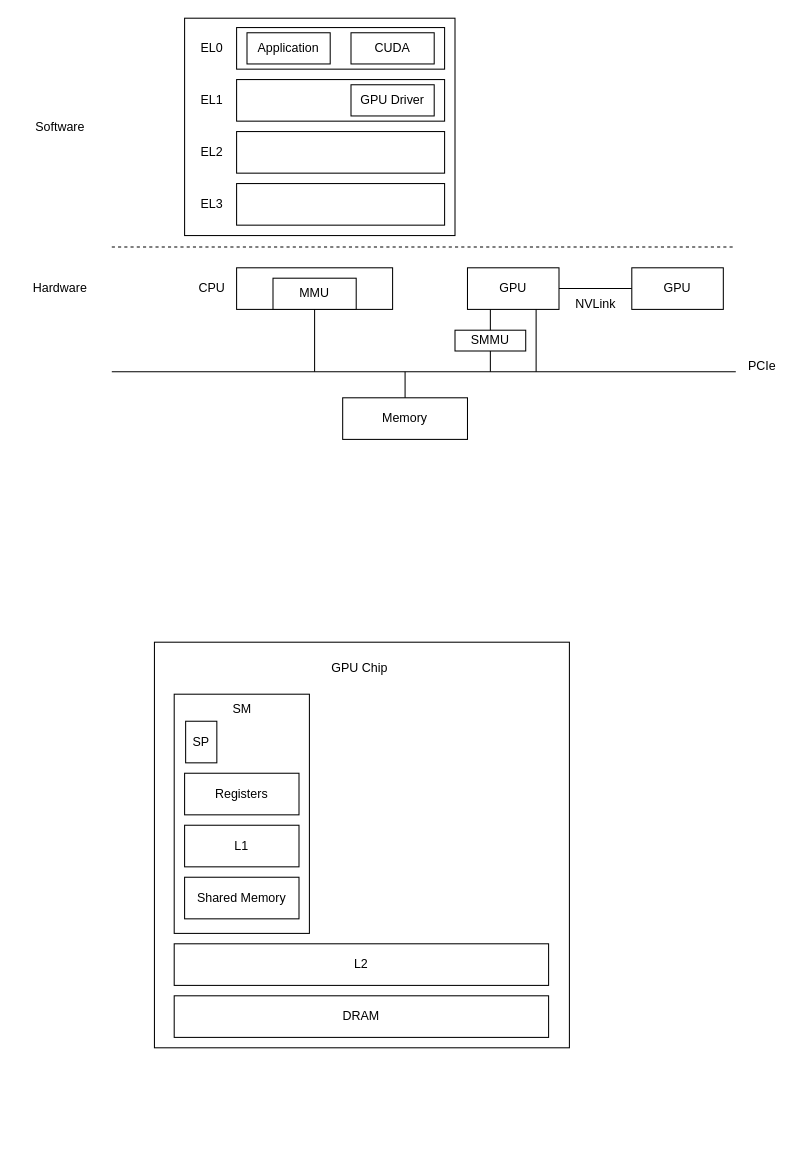
The draw.io diagram gpu.drawio in qianfei11/draw.io, before the edit. Source tidied: cells renumbered, new cells numbered last; positions are measured from the earlier drawing's top-left corner, leaving out a move shared by most shapes. Both pictures are drawn from the tidied source at 104%, with x=0, y=0 at pixel (18, 18).
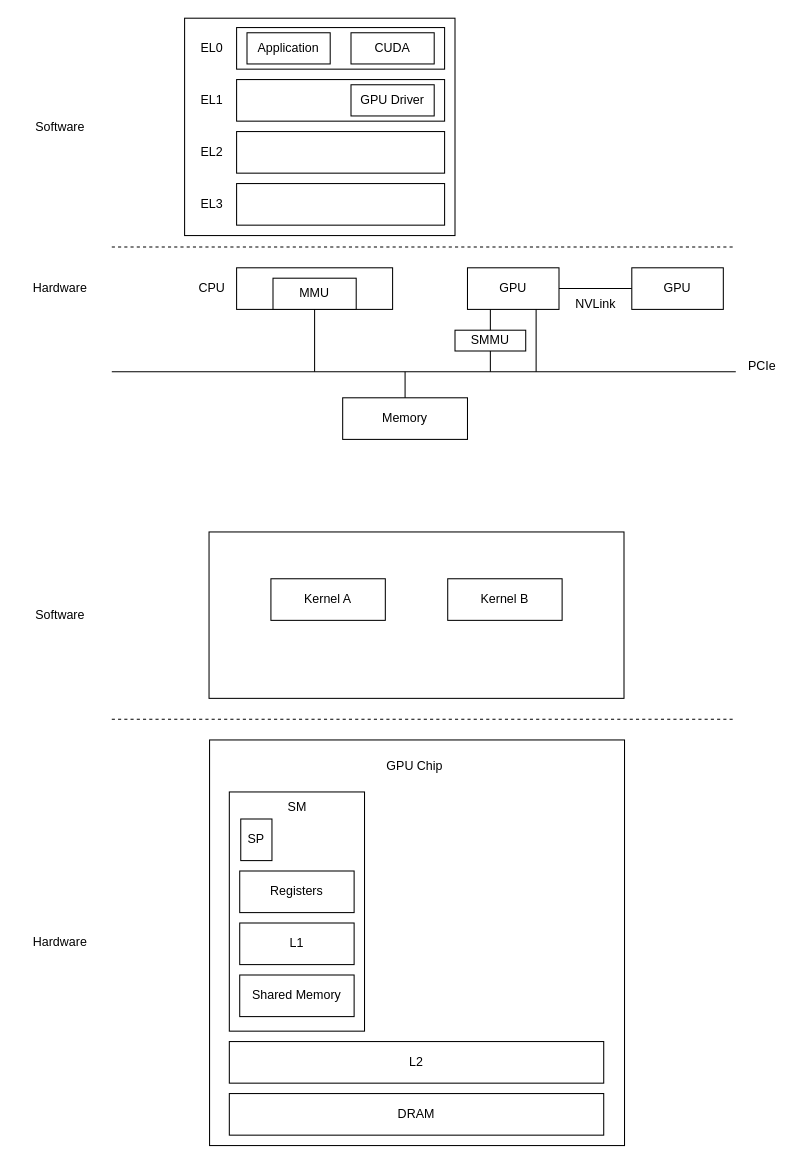
After the change.

The edit, as a diff of the source:
```diff
@@
     <mxCell id="32" style="rounded=0;whiteSpace=wrap;html=1;" parent="1" vertex="1">
-      <mxGeometry x="131" y="600" width="399" height="390" as="geometry" />
+      <mxGeometry x="184" y="694" width="399" height="390" as="geometry" />
     </mxCell>
@@
     <mxCell id="34" style="rounded=0;whiteSpace=wrap;html=1;" parent="1" vertex="1">
-      <mxGeometry x="150" y="650" width="130" height="230" as="geometry" />
+      <mxGeometry x="203" y="744" width="130" height="230" as="geometry" />
     </mxCell>
     <mxCell id="35" value="GPU Chip" style="text;html=1;align=center;verticalAlign=middle;strokeColor=none;fillColor=none;" parent="1" vertex="1">
-      <mxGeometry x="288" y="610" width="80" height="30" as="geometry" />
+      <mxGeometry x="341" y="704" width="80" height="30" as="geometry" />
     </mxCell>
     <mxCell id="36" value="SM" style="text;html=1;align=center;verticalAlign=middle;strokeColor=none;fillColor=none;" parent="1" vertex="1">
-      <mxGeometry x="195" y="650" width="40" height="30" as="geometry" />
+      <mxGeometry x="248" y="744" width="40" height="30" as="geometry" />
     </mxCell>
     <mxCell id="37" value="SP" style="rounded=0;whiteSpace=wrap;html=1;" parent="1" vertex="1">
-      <mxGeometry x="161" y="676" width="30" height="40" as="geometry" />
+      <mxGeometry x="214" y="770" width="30" height="40" as="geometry" />
     </mxCell>
     <mxCell id="38" value="Registers" style="rounded=0;whiteSpace=wrap;html=1;" parent="1" vertex="1">
-      <mxGeometry x="160" y="726" width="110" height="40" as="geometry" />
+      <mxGeometry x="213" y="820" width="110" height="40" as="geometry" />
     </mxCell>
     <mxCell id="39" value="L1" style="rounded=0;whiteSpace=wrap;html=1;" parent="1" vertex="1">
-      <mxGeometry x="160" y="776" width="110" height="40" as="geometry" />
+      <mxGeometry x="213" y="870" width="110" height="40" as="geometry" />
     </mxCell>
     <mxCell id="40" value="Shared Memory" style="rounded=0;whiteSpace=wrap;html=1;" parent="1" vertex="1">
-      <mxGeometry x="160" y="826" width="110" height="40" as="geometry" />
+      <mxGeometry x="213" y="920" width="110" height="40" as="geometry" />
     </mxCell>
     <mxCell id="41" value="L2" style="rounded=0;whiteSpace=wrap;html=1;" parent="1" vertex="1">
-      <mxGeometry x="150" y="890" width="360" height="40" as="geometry" />
+      <mxGeometry x="203" y="984" width="360" height="40" as="geometry" />
     </mxCell>
     <mxCell id="42" value="DRAM" style="rounded=0;whiteSpace=wrap;html=1;" parent="1" vertex="1">
-      <mxGeometry x="150" y="940" width="360" height="40" as="geometry" />
+      <mxGeometry x="203" y="1034" width="360" height="40" as="geometry" />
     </mxCell>
+    <mxCell id="43" style="endArrow=none;dashed=1;html=1;rounded=0;" parent="1" edge="1">
+      <mxGeometry relative="1" as="geometry">
+        <mxPoint x="90" y="674" as="sourcePoint" />
+        <mxPoint x="690" y="674" as="targetPoint" />
+      </mxGeometry>
+    </mxCell>
+    <mxCell id="44" value="Hardware" style="text;html=1;align=center;verticalAlign=middle;strokeColor=none;fillColor=none;" parent="1" vertex="1">
+      <mxGeometry y="874" width="80" height="30" as="geometry" />
+    </mxCell>
+    <mxCell id="45" value="Software" style="text;html=1;align=center;verticalAlign=middle;strokeColor=none;fillColor=none;" parent="1" vertex="1">
+      <mxGeometry x="5" y="559" width="70" height="30" as="geometry" />
+    </mxCell>
+    <mxCell id="46" style="rounded=0;whiteSpace=wrap;html=1;" parent="1" vertex="1">
+      <mxGeometry x="183.5" y="494" width="399" height="160" as="geometry" />
+    </mxCell>
+    <mxCell id="47" value="Kernel A" style="rounded=0;whiteSpace=wrap;html=1;" parent="1" vertex="1">
+      <mxGeometry x="243" y="539" width="110" height="40" as="geometry" />
+    </mxCell>
+    <mxCell id="48" value="Kernel B" style="rounded=0;whiteSpace=wrap;html=1;" parent="1" vertex="1">
+      <mxGeometry x="413" y="539" width="110" height="40" as="geometry" />
+    </mxCell>
```
